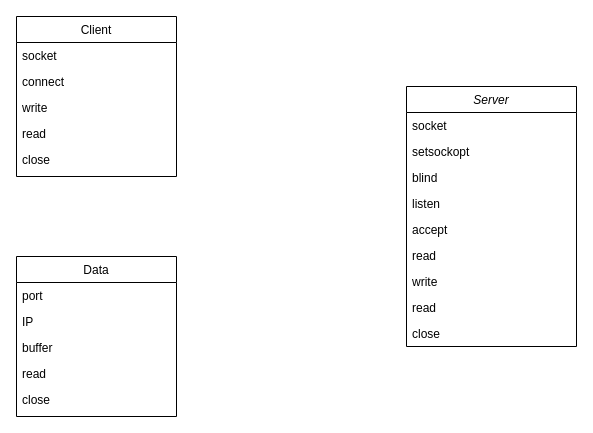
Earlier version of the draw.io diagram 제목 없는 다이어그램.drawio (Buppong/MFC_Begineer). Source tidied: cells renumbered, new cells numbered last; positions are measured from the earlier drawing's top-left corner, leaving out a move shared by most shapes. Both pictures are drawn from the tidied source at 100%, with x=0, y=0 at pixel (16, 16).
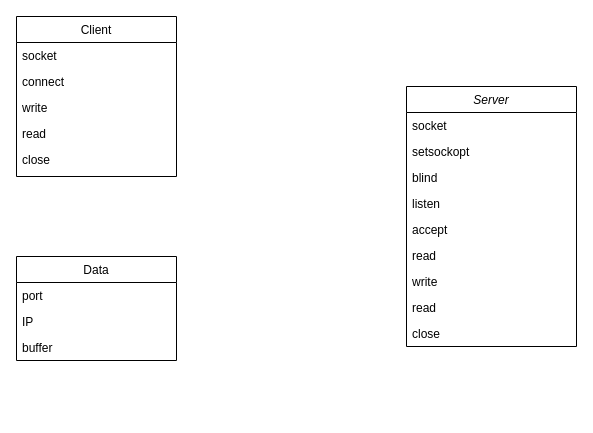
The same page after the edit.

Commit message:
업그레이드

Diff of the diagram source:
```diff
@@
     <mxCell id="18" value="Data" style="swimlane;fontStyle=0;align=center;verticalAlign=top;horizontal=1;startSize=26;rounded=0;shadow=0;strokeWidth=1;" parent="1" vertex="1">
-      <mxGeometry y="240" width="160" height="160" as="geometry" />
+      <mxGeometry y="240" width="160" height="104" as="geometry" />
     </mxCell>
@@
-    <mxCell id="22" value="read" style="text;align=left;verticalAlign=top;spacingLeft=4;spacingRight=4;overflow=hidden;rounded=0;shadow=0;html=0;" parent="18" vertex="1">
-      <mxGeometry y="104" width="160" height="26" as="geometry" />
-    </mxCell>
-    <mxCell id="23" value="close" style="text;align=left;verticalAlign=top;spacingLeft=4;spacingRight=4;overflow=hidden;rounded=0;shadow=0;html=0;" parent="18" vertex="1">
-      <mxGeometry y="130" width="160" height="26" as="geometry" />
-    </mxCell>
```
